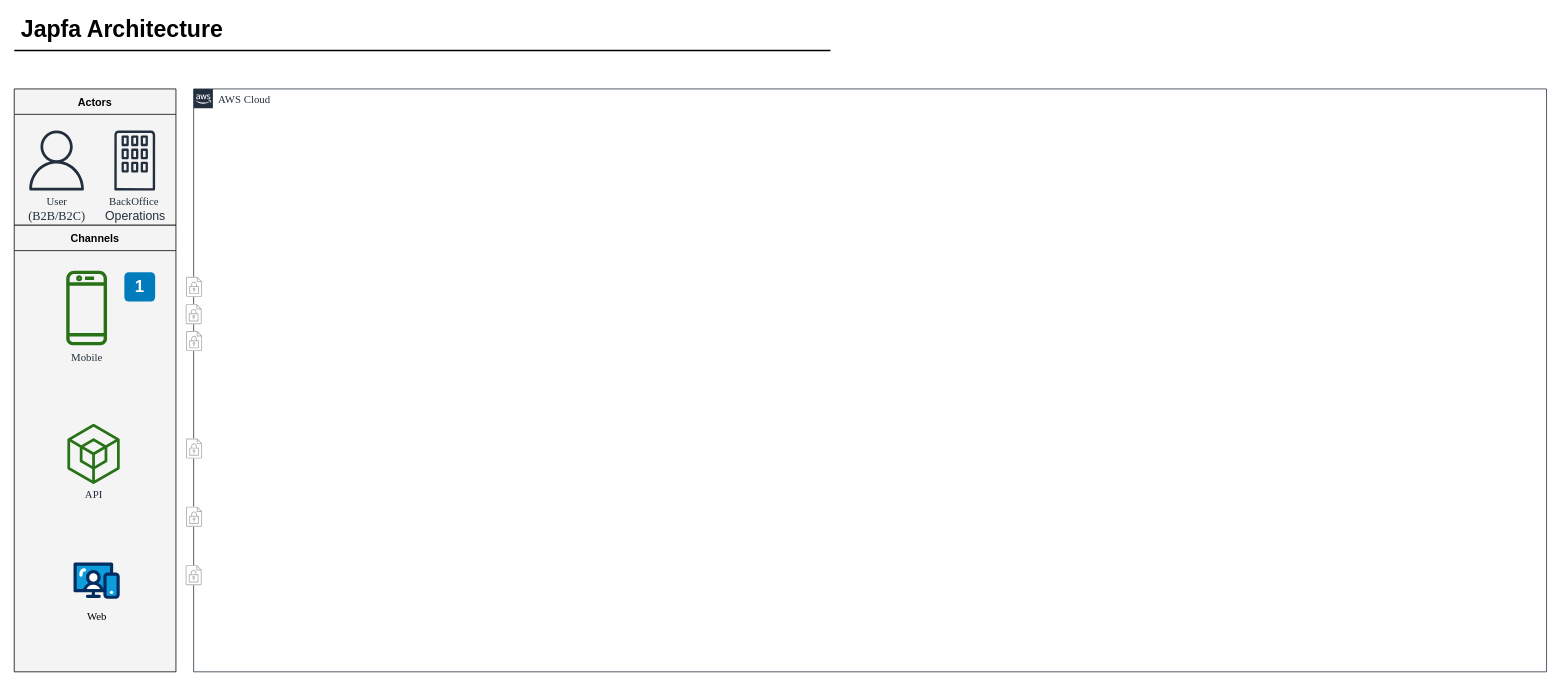
The draw.io diagram Japfa-Architecture-Design.drawio in namanchopra21087/design-documents, before the edit. Source tidied: cells renumbered, new cells numbered last; positions are measured from the earlier drawing's top-left corner, leaving out a move shared by most shapes. Both pictures are drawn from the tidied source at 77%, with x=0, y=0 at pixel (14, 12).
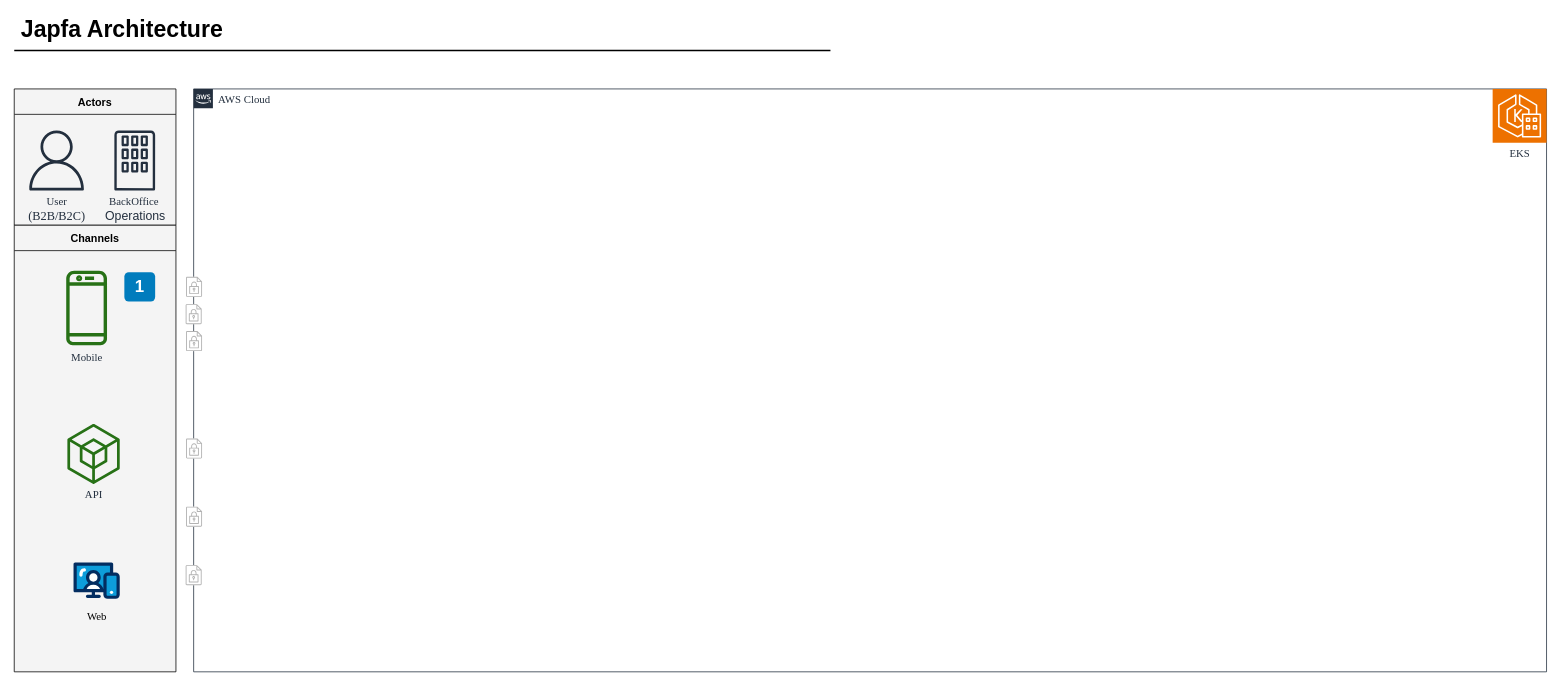
The same page after the edit.

The change refers to these unchanged cells:
```xml
<mxCell id="2" value="&lt;font style=&quot;font-size: 14px;&quot; face=&quot;Times New Roman&quot;&gt;AWS Cloud&lt;/font&gt;" style="gradientColor=none;html=1;whiteSpace=wrap;fontSize=12;fontStyle=0;shape=mxgraph.aws4.group;grIcon=mxgraph.aws4.group_aws_cloud_alt;strokeColor=#232F3E;fillColor=none;verticalAlign=top;align=left;spacingLeft=30;fontColor=#232F3E;labelBackgroundColor=none;strokeWidth=1;" parent="1" vertex="1">
  <mxGeometry x="233" y="99" width="1757" height="757" as="geometry" />
</mxCell>
```

What changed in the source:
```diff
@@
+    <mxCell id="31" value="&lt;font style=&quot;font-size: 14px;&quot; face=&quot;Times New Roman&quot;&gt;EKS&lt;/font&gt;" style="sketch=0;fontColor=#232F3E;fillColor=#ED7100;strokeColor=#ffffff;dashed=0;verticalLabelPosition=bottom;verticalAlign=top;align=center;html=1;fontSize=12;fontStyle=0;shape=mxgraph.aws4.resourceIcon;resIcon=mxgraph.aws4.eks_anywhere;" parent="2" vertex="1">
+      <mxGeometry x="1687" width="70" height="70" as="geometry" />
+    </mxCell>
```
